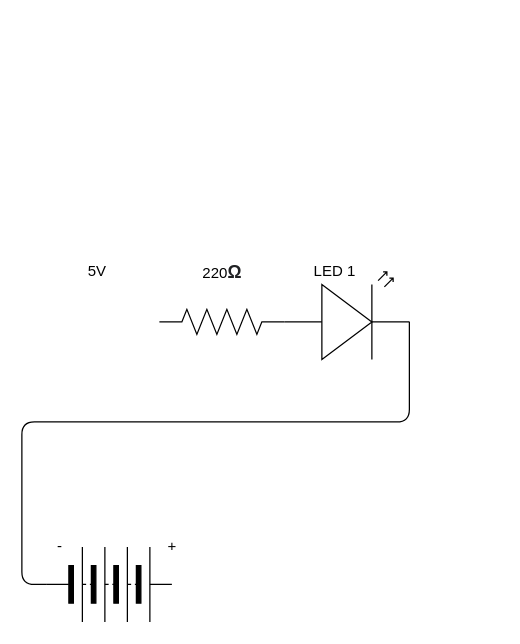
The draw.io diagram Unit4-03/Unit4-03-Extra.drawio in Infinity-deGuzman/TEJ3M-Unit-4, before the edit. Source tidied: cells renumbered, new cells numbered last; positions are measured from the earlier drawing's top-left corner, leaving out a move shared by most shapes. Both pictures are drawn from the tidied source at 125%, with x=0, y=0 at pixel (21, 259).
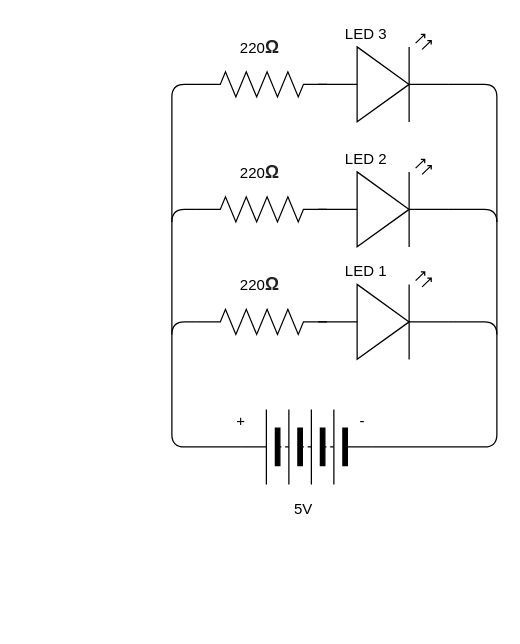
Above is the later version.

The edit, as a diff of the source:
```diff
@@
-    <mxCell id="2" style="verticalLabelPosition=bottom;shadow=0;dashed=0;align=center;html=1;verticalAlign=top;shape=mxgraph.electrical.opto_electronics.led_2;" parent="1" vertex="1">
-      <mxGeometry x="210" y="10" width="100" height="70" as="geometry" />
+    <mxCell id="2" style="verticalLabelPosition=bottom;shadow=0;dashed=0;align=center;html=1;verticalAlign=top;shape=mxgraph.electrical.opto_electronics.led_2;rotation=0;" parent="1" vertex="1">
+      <mxGeometry x="237" y="10" width="104" height="70" as="geometry" />
     </mxCell>
-    <mxCell id="3" style="verticalLabelPosition=bottom;shadow=0;dashed=0;align=center;html=1;verticalAlign=top;shape=mxgraph.electrical.resistors.resistor_2;" parent="1" vertex="1">
-      <mxGeometry x="110" y="40" width="100" height="20" as="geometry" />
+    <mxCell id="3" style="verticalLabelPosition=bottom;shadow=0;dashed=0;align=center;html=1;verticalAlign=top;shape=mxgraph.electrical.resistors.resistor_2;rotation=-180;" parent="1" vertex="1">
+      <mxGeometry x="140" y="40" width="104" height="20" as="geometry" />
     </mxCell>
-    <mxCell id="4" style="edgeStyle=none;html=1;exitX=0;exitY=0.5;exitDx=0;exitDy=0;endArrow=none;endFill=0;entryX=1;entryY=0.57;entryDx=0;entryDy=0;entryPerimeter=0;" parent="1" edge="1" source="5" target="2">
+    <mxCell id="4" style="edgeStyle=none;html=1;exitX=0;exitY=0.5;exitDx=0;exitDy=0;entryX=1;entryY=0.57;entryDx=0;entryDy=0;entryPerimeter=0;endArrow=none;endFill=0;" parent="1" edge="1" source="5" target="2">
       <mxGeometry relative="1" as="geometry">
         <Array as="points">
-          <mxPoint y="260" />
-          <mxPoint y="130" />
-          <mxPoint x="310" y="130" />
+          <mxPoint x="380" y="150" />
+          <mxPoint x="380" y="50" />
         </Array>
       </mxGeometry>
     </mxCell>
+    <mxCell id="11" style="edgeStyle=none;html=1;exitX=1;exitY=0.5;exitDx=0;exitDy=0;entryX=1;entryY=0.5;entryDx=0;entryDy=0;entryPerimeter=0;endArrow=none;endFill=0;" parent="1" edge="1" source="5" target="3">
+      <mxGeometry relative="1" as="geometry">
+        <Array as="points">
+          <mxPoint x="120" y="150" />
+          <mxPoint x="120" y="50" />
+        </Array>
+      </mxGeometry>
+    </mxCell>
-    <mxCell id="5" style="verticalLabelPosition=bottom;shadow=0;dashed=0;align=center;html=1;verticalAlign=top;shape=mxgraph.electrical.miscellaneous.batteryStack;" parent="1" vertex="1">
-      <mxGeometry x="20" y="230" width="100" height="60" as="geometry" />
+    <mxCell id="5" style="verticalLabelPosition=bottom;shadow=0;dashed=0;align=center;html=1;verticalAlign=top;shape=mxgraph.electrical.miscellaneous.batteryStack;rotation=-180;" parent="1" vertex="1">
+      <mxGeometry x="176" y="120" width="104" height="60" as="geometry" />
     </mxCell>
     <mxCell id="6" value="-" style="text;html=1;align=center;verticalAlign=middle;strokeColor=none;fillColor=none;" parent="1" vertex="1">
-      <mxGeometry x="20" y="220" width="20" height="20" as="geometry" />
+      <mxGeometry x="262" y="120" width="20" height="20" as="geometry" />
     </mxCell>
     <mxCell id="7" value="+" style="text;html=1;align=center;verticalAlign=middle;strokeColor=none;fillColor=none;" parent="1" vertex="1">
-      <mxGeometry x="110" y="220" width="20" height="20" as="geometry" />
+      <mxGeometry x="165" y="120" width="20" height="20" as="geometry" />
     </mxCell>
-    <mxCell id="8" value="5V" style="text;html=1;align=center;verticalAlign=middle;strokeColor=none;fillColor=none;" parent="1" vertex="1">
-      <mxGeometry x="45" width="30" height="20" as="geometry" />
+    <mxCell id="8" value="5V" style="text;html=1;align=center;verticalAlign=middle;strokeColor=none;fillColor=none;rotation=0;" parent="1" vertex="1">
+      <mxGeometry x="210" y="190" width="30" height="20" as="geometry" />
     </mxCell>
-    <mxCell id="9" value="220&lt;b style=&quot;color: rgb(32 , 33 , 36) ; font-family: &amp;#34;arial&amp;#34; , sans-serif ; font-size: 14px ; text-align: left ; background-color: rgb(255 , 255 , 255)&quot;&gt;Ω&lt;/b&gt;" style="text;html=1;align=center;verticalAlign=middle;strokeColor=none;fillColor=none;" parent="1" vertex="1">
-      <mxGeometry x="135" width="50" height="20" as="geometry" />
+    <mxCell id="9" value="220&lt;b style=&quot;color: rgb(32 , 33 , 36) ; font-family: &amp;#34;arial&amp;#34; , sans-serif ; font-size: 14px ; text-align: left ; background-color: rgb(255 , 255 , 255)&quot;&gt;Ω&lt;/b&gt;" style="text;html=1;align=center;verticalAlign=middle;strokeColor=none;fillColor=none;rotation=0;" parent="1" vertex="1">
+      <mxGeometry x="165" y="10" width="50" height="20" as="geometry" />
     </mxCell>
-    <mxCell id="10" value="LED 1" style="text;html=1;align=center;verticalAlign=middle;strokeColor=none;fillColor=none;" parent="1" vertex="1">
-      <mxGeometry x="225" width="50" height="20" as="geometry" />
+    <mxCell id="10" value="LED 1" style="text;html=1;align=center;verticalAlign=middle;strokeColor=none;fillColor=none;rotation=0;" parent="1" vertex="1">
+      <mxGeometry x="250" width="50" height="20" as="geometry" />
     </mxCell>
+    <mxCell id="12" style="edgeStyle=none;html=1;exitX=1;exitY=0.57;exitDx=0;exitDy=0;exitPerimeter=0;endArrow=none;endFill=0;" parent="1" edge="1" source="13">
+      <mxGeometry relative="1" as="geometry">
+        <mxPoint x="380" y="60" as="targetPoint" />
+        <Array as="points">
+          <mxPoint x="380" y="-40" />
+        </Array>
+      </mxGeometry>
+    </mxCell>
+    <mxCell id="13" style="verticalLabelPosition=bottom;shadow=0;dashed=0;align=center;html=1;verticalAlign=top;shape=mxgraph.electrical.opto_electronics.led_2;rotation=0;" parent="1" vertex="1">
+      <mxGeometry x="237" y="-80" width="104" height="70" as="geometry" />
+    </mxCell>
+    <mxCell id="14" style="edgeStyle=none;html=1;exitX=1;exitY=0.5;exitDx=0;exitDy=0;exitPerimeter=0;endArrow=none;endFill=0;" parent="1" edge="1" source="15">
+      <mxGeometry relative="1" as="geometry">
+        <mxPoint x="120" y="60" as="targetPoint" />
+        <Array as="points">
+          <mxPoint x="120" y="-40" />
+        </Array>
+      </mxGeometry>
+    </mxCell>
+    <mxCell id="15" style="verticalLabelPosition=bottom;shadow=0;dashed=0;align=center;html=1;verticalAlign=top;shape=mxgraph.electrical.resistors.resistor_2;rotation=-180;" parent="1" vertex="1">
+      <mxGeometry x="140" y="-50" width="104" height="20" as="geometry" />
+    </mxCell>
+    <mxCell id="16" value="220&lt;b style=&quot;color: rgb(32 , 33 , 36) ; font-family: &amp;#34;arial&amp;#34; , sans-serif ; font-size: 14px ; text-align: left ; background-color: rgb(255 , 255 , 255)&quot;&gt;Ω&lt;/b&gt;" style="text;html=1;align=center;verticalAlign=middle;strokeColor=none;fillColor=none;rotation=0;" parent="1" vertex="1">
+      <mxGeometry x="165" y="-80" width="50" height="20" as="geometry" />
+    </mxCell>
+    <mxCell id="17" value="LED 2" style="text;html=1;align=center;verticalAlign=middle;strokeColor=none;fillColor=none;rotation=0;" parent="1" vertex="1">
+      <mxGeometry x="250" y="-90" width="50" height="20" as="geometry" />
+    </mxCell>
+    <mxCell id="18" style="edgeStyle=none;html=1;exitX=1;exitY=0.57;exitDx=0;exitDy=0;exitPerimeter=0;endArrow=none;endFill=0;" parent="1" edge="1" source="19">
+      <mxGeometry relative="1" as="geometry">
+        <mxPoint x="380" y="-30" as="targetPoint" />
+        <Array as="points">
+          <mxPoint x="380" y="-140" />
+        </Array>
+      </mxGeometry>
+    </mxCell>
+    <mxCell id="19" style="verticalLabelPosition=bottom;shadow=0;dashed=0;align=center;html=1;verticalAlign=top;shape=mxgraph.electrical.opto_electronics.led_2;rotation=0;" parent="1" vertex="1">
+      <mxGeometry x="237" y="-180" width="104" height="70" as="geometry" />
+    </mxCell>
+    <mxCell id="20" style="edgeStyle=none;html=1;exitX=1;exitY=0.5;exitDx=0;exitDy=0;exitPerimeter=0;endArrow=none;endFill=0;" parent="1" edge="1" source="21">
+      <mxGeometry relative="1" as="geometry">
+        <mxPoint x="120" y="-30" as="targetPoint" />
+        <Array as="points">
+          <mxPoint x="120" y="-140" />
+        </Array>
+      </mxGeometry>
+    </mxCell>
+    <mxCell id="21" style="verticalLabelPosition=bottom;shadow=0;dashed=0;align=center;html=1;verticalAlign=top;shape=mxgraph.electrical.resistors.resistor_2;rotation=-180;" parent="1" vertex="1">
+      <mxGeometry x="140" y="-150" width="104" height="20" as="geometry" />
+    </mxCell>
+    <mxCell id="22" value="220&lt;b style=&quot;color: rgb(32 , 33 , 36) ; font-family: &amp;#34;arial&amp;#34; , sans-serif ; font-size: 14px ; text-align: left ; background-color: rgb(255 , 255 , 255)&quot;&gt;Ω&lt;/b&gt;" style="text;html=1;align=center;verticalAlign=middle;strokeColor=none;fillColor=none;rotation=0;" parent="1" vertex="1">
+      <mxGeometry x="165" y="-180" width="50" height="20" as="geometry" />
+    </mxCell>
+    <mxCell id="23" value="LED 3" style="text;html=1;align=center;verticalAlign=middle;strokeColor=none;fillColor=none;rotation=0;" parent="1" vertex="1">
+      <mxGeometry x="250" y="-190" width="50" height="20" as="geometry" />
+    </mxCell>
```
